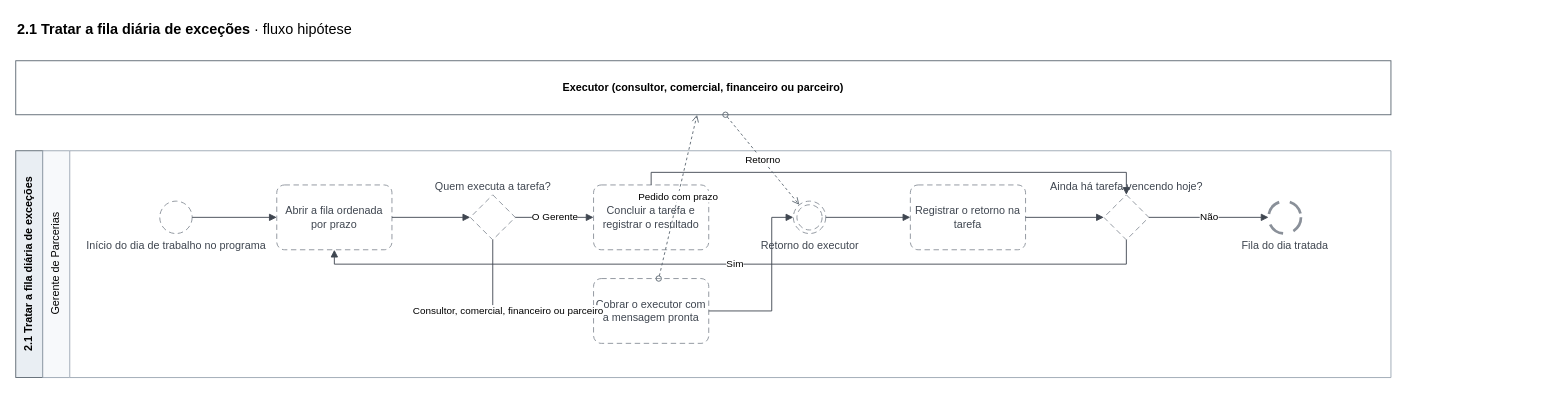
Above: page "3.2 Classificar os parceiros no cubo" (5 of 15) of mapeamentos/wise-partners-to-be/saidas/mapa.drawio in Guilherme-MFaccin/Wise-Partners (draw.io), before the change. Source tidied: cells renumbered, new cells numbered last; positions are measured from the earlier drawing's top-left corner, leaving out a move shared by most shapes. Both pictures are drawn from the tidied source at 90%, with x=0, y=0 at pixel (15, 15).
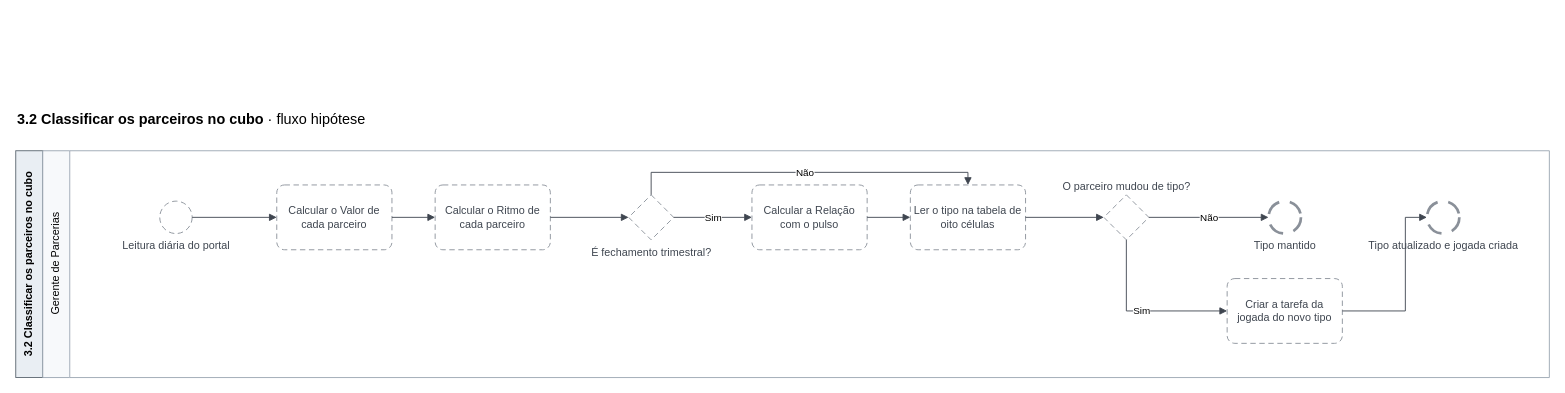
The same diagram, later.

The edit, as a diff of the source:
```diff
@@
-    <mxCell id="2" value="&lt;b&gt;2.1 Tratar a fila diária de exceções&lt;/b&gt;  ·  fluxo hipótese" style="text;html=1;fontSize=16;align=left;verticalAlign=middle;strokeColor=none;fillColor=none;" parent="1" vertex="1">
-      <mxGeometry width="700" height="30" as="geometry" />
+    <mxCell id="2" value="&lt;b&gt;3.2 Classificar os parceiros no cubo&lt;/b&gt;  ·  fluxo hipótese" style="text;html=1;fontSize=16;align=left;verticalAlign=middle;strokeColor=none;fillColor=none;" parent="1" vertex="1">
+      <mxGeometry y="100" width="700" height="30" as="geometry" />
     </mxCell>
-    <mxCell id="3" value="Executor (consultor, comercial, financeiro ou parceiro)" style="rounded=0;whiteSpace=wrap;html=1;fillColor=#FFFFFF;strokeColor=#5B6670;fontStyle=1;" parent="1" vertex="1">
-      <mxGeometry y="50" width="1528" height="60" as="geometry" />
-    </mxCell>
-    <mxCell id="4" value="2.1 Tratar a fila diária de exceções" style="rounded=0;whiteSpace=wrap;html=1;horizontal=0;fillColor=#E9EEF3;strokeColor=#5B6670;fontStyle=1;" parent="1" vertex="1">
+    <mxCell id="4" value="3.2 Classificar os parceiros no cubo" style="rounded=0;whiteSpace=wrap;html=1;horizontal=0;fillColor=#E9EEF3;strokeColor=#5B6670;fontStyle=1;" parent="1" vertex="1">
       <mxGeometry y="150" width="30" height="252" as="geometry" />
     </mxCell>
     <mxCell id="5" value="Gerente de Parcerias" style="swimlane;horizontal=0;startSize=30;html=1;fillColor=#F7F9FB;swimlaneFillColor=#FFFFFF;strokeColor=#9AA5B1;fontStyle=0;" parent="1" vertex="1">
-      <mxGeometry x="30" y="150" width="1498" height="252" as="geometry" />
+      <mxGeometry x="30" y="150" width="1674" height="252" as="geometry" />
     </mxCell>
-    <mxCell id="6" value="Início do dia de trabalho no programa" style="ellipse;html=1;fillColor=#FFFFFF;strokeColor=#8A9099;fontColor=#3F4650;dashed=1;dashPattern=6 4;verticalLabelPosition=bottom;verticalAlign=top;labelPosition=center;align=center;" parent="1" vertex="1">
+    <mxCell id="6" value="Leitura diária do portal" style="ellipse;html=1;fillColor=#FFFFFF;strokeColor=#8A9099;fontColor=#3F4650;dashed=1;dashPattern=6 4;verticalLabelPosition=bottom;verticalAlign=top;labelPosition=center;align=center;" parent="1" vertex="1">
       <mxGeometry x="160" y="206" width="36" height="36" as="geometry" />
     </mxCell>
-    <mxCell id="7" value="Abrir a fila ordenada por prazo" style="rounded=1;whiteSpace=wrap;html=1;arcSize=12;fillColor=#FFFFFF;strokeColor=#8A9099;fontColor=#3F4650;dashed=1;dashPattern=6 4;" parent="1" vertex="1">
+    <mxCell id="7" value="Calcular o Valor de cada parceiro" style="rounded=1;whiteSpace=wrap;html=1;arcSize=12;fillColor=#FFFFFF;strokeColor=#8A9099;fontColor=#3F4650;dashed=1;dashPattern=6 4;" parent="1" vertex="1">
       <mxGeometry x="290" y="188" width="128" height="72" as="geometry" />
     </mxCell>
+    <mxCell id="9" value="Calcular o Ritmo de cada parceiro" style="rounded=1;whiteSpace=wrap;html=1;arcSize=12;fillColor=#FFFFFF;strokeColor=#8A9099;fontColor=#3F4650;dashed=1;dashPattern=6 4;" parent="1" vertex="1">
+      <mxGeometry x="466" y="188" width="128" height="72" as="geometry" />
+    </mxCell>
-    <mxCell id="8" value="Quem executa a tarefa?" style="rhombus;html=1;fillColor=#FFFFFF;strokeColor=#8A9099;fontColor=#3F4650;dashed=1;dashPattern=6 4;verticalLabelPosition=top;verticalAlign=bottom;labelPosition=center;align=center;" parent="1" vertex="1">
-      <mxGeometry x="505" y="199" width="50" height="50" as="geometry" />
+    <mxCell id="8" value="É fechamento trimestral?" style="rhombus;html=1;fillColor=#FFFFFF;strokeColor=#8A9099;fontColor=#3F4650;dashed=1;dashPattern=6 4;verticalLabelPosition=bottom;verticalAlign=top;labelPosition=center;align=center;" parent="1" vertex="1">
+      <mxGeometry x="681" y="199" width="50" height="50" as="geometry" />
     </mxCell>
-    <mxCell id="9" value="Concluir a tarefa e registrar o resultado" style="rounded=1;whiteSpace=wrap;html=1;arcSize=12;fillColor=#FFFFFF;strokeColor=#8A9099;fontColor=#3F4650;dashed=1;dashPattern=6 4;" parent="1" vertex="1">
-      <mxGeometry x="642" y="188" width="128" height="72" as="geometry" />
-    </mxCell>
-    <mxCell id="10" value="Cobrar o executor com a mensagem pronta" style="rounded=1;whiteSpace=wrap;html=1;arcSize=12;fillColor=#FFFFFF;strokeColor=#8A9099;fontColor=#3F4650;dashed=1;dashPattern=6 4;" parent="1" vertex="1">
-      <mxGeometry x="642" y="292" width="128" height="72" as="geometry" />
+    <mxCell id="10" value="Calcular a Relação com o pulso" style="rounded=1;whiteSpace=wrap;html=1;arcSize=12;fillColor=#FFFFFF;strokeColor=#8A9099;fontColor=#3F4650;dashed=1;dashPattern=6 4;" parent="1" vertex="1">
+      <mxGeometry x="818" y="188" width="128" height="72" as="geometry" />
     </mxCell>
-    <mxCell id="11" value="Retorno do executor" style="ellipse;shape=doubleEllipse;html=1;fillColor=#FFFFFF;strokeColor=#8A9099;fontColor=#3F4650;dashed=1;dashPattern=6 4;verticalLabelPosition=bottom;verticalAlign=top;labelPosition=center;align=center;" parent="1" vertex="1">
-      <mxGeometry x="864" y="206" width="36" height="36" as="geometry" />
-    </mxCell>
-    <mxCell id="12" value="Registrar o retorno na tarefa" style="rounded=1;whiteSpace=wrap;html=1;arcSize=12;fillColor=#FFFFFF;strokeColor=#8A9099;fontColor=#3F4650;dashed=1;dashPattern=6 4;" parent="1" vertex="1">
+    <mxCell id="12" value="Ler o tipo na tabela de oito células" style="rounded=1;whiteSpace=wrap;html=1;arcSize=12;fillColor=#FFFFFF;strokeColor=#8A9099;fontColor=#3F4650;dashed=1;dashPattern=6 4;" parent="1" vertex="1">
       <mxGeometry x="994" y="188" width="128" height="72" as="geometry" />
     </mxCell>
-    <mxCell id="13" value="Ainda há tarefa vencendo hoje?" style="rhombus;html=1;fillColor=#FFFFFF;strokeColor=#8A9099;fontColor=#3F4650;dashed=1;dashPattern=6 4;verticalLabelPosition=top;verticalAlign=bottom;labelPosition=center;align=center;" parent="1" vertex="1">
+    <mxCell id="13" value="O parceiro mudou de tipo?" style="rhombus;html=1;fillColor=#FFFFFF;strokeColor=#8A9099;fontColor=#3F4650;dashed=1;dashPattern=6 4;verticalLabelPosition=top;verticalAlign=bottom;labelPosition=center;align=center;" parent="1" vertex="1">
       <mxGeometry x="1209" y="199" width="50" height="50" as="geometry" />
     </mxCell>
+    <mxCell id="27" value="Criar a tarefa da jogada do novo tipo" style="rounded=1;whiteSpace=wrap;html=1;arcSize=12;fillColor=#FFFFFF;strokeColor=#8A9099;fontColor=#3F4650;dashed=1;dashPattern=6 4;" parent="1" vertex="1">
+      <mxGeometry x="1346" y="292" width="128" height="72" as="geometry" />
+    </mxCell>
-    <mxCell id="14" value="Fila do dia tratada" style="ellipse;html=1;strokeWidth=3;fillColor=#FFFFFF;strokeColor=#8A9099;fontColor=#3F4650;dashed=1;dashPattern=6 4;verticalLabelPosition=bottom;verticalAlign=top;labelPosition=center;align=center;" parent="1" vertex="1">
+    <mxCell id="14" value="Tipo mantido" style="ellipse;html=1;strokeWidth=3;fillColor=#FFFFFF;strokeColor=#8A9099;fontColor=#3F4650;dashed=1;dashPattern=6 4;verticalLabelPosition=bottom;verticalAlign=top;labelPosition=center;align=center;" parent="1" vertex="1">
       <mxGeometry x="1392" y="206" width="36" height="36" as="geometry" />
     </mxCell>
+    <mxCell id="28" value="Tipo atualizado e jogada criada" style="ellipse;html=1;strokeWidth=3;fillColor=#FFFFFF;strokeColor=#8A9099;fontColor=#3F4650;dashed=1;dashPattern=6 4;verticalLabelPosition=bottom;verticalAlign=top;labelPosition=center;align=center;" parent="1" vertex="1">
+      <mxGeometry x="1568" y="206" width="36" height="36" as="geometry" />
+    </mxCell>
@@
-    <mxCell id="16" style="edgeStyle=orthogonalEdgeStyle;rounded=0;html=1;endArrow=block;endFill=1;strokeColor=#3F4650;" parent="1" edge="1" source="7" target="8">
+    <mxCell id="16" style="edgeStyle=orthogonalEdgeStyle;rounded=0;html=1;endArrow=block;endFill=1;strokeColor=#3F4650;" parent="1" edge="1" source="7" target="9">
       <mxGeometry relative="1" as="geometry" />
     </mxCell>
-    <mxCell id="17" value="O Gerente" style="edgeStyle=orthogonalEdgeStyle;rounded=0;html=1;endArrow=block;endFill=1;strokeColor=#3F4650;" parent="1" edge="1" source="8" target="9">
+    <mxCell id="17" style="edgeStyle=orthogonalEdgeStyle;rounded=0;html=1;endArrow=block;endFill=1;strokeColor=#3F4650;" parent="1" edge="1" source="9" target="8">
       <mxGeometry relative="1" as="geometry" />
     </mxCell>
-    <mxCell id="18" value="Consultor, comercial, financeiro ou parceiro" style="edgeStyle=orthogonalEdgeStyle;rounded=0;html=1;endArrow=block;endFill=1;strokeColor=#3F4650;" parent="1" edge="1" source="8" target="10">
-      <mxGeometry relative="1" as="geometry">
-        <Array as="points">
-          <mxPoint x="530" y="328" />
-        </Array>
-      </mxGeometry>
+    <mxCell id="18" value="Sim" style="edgeStyle=orthogonalEdgeStyle;rounded=0;html=1;endArrow=block;endFill=1;strokeColor=#3F4650;" parent="1" edge="1" source="8" target="10">
+      <mxGeometry relative="1" as="geometry" />
     </mxCell>
-    <mxCell id="19" style="edgeStyle=orthogonalEdgeStyle;rounded=0;html=1;endArrow=block;endFill=1;strokeColor=#3F4650;" parent="1" edge="1" source="10" target="11">
+    <mxCell id="19" value="Não" style="edgeStyle=orthogonalEdgeStyle;rounded=0;html=1;endArrow=block;endFill=1;strokeColor=#3F4650;" parent="1" edge="1" source="8" target="12">
       <mxGeometry relative="1" as="geometry">
         <Array as="points">
-          <mxPoint x="840" y="328" />
-          <mxPoint x="840" y="224" />
+          <mxPoint x="706" y="174" />
+          <mxPoint x="1058" y="174" />
         </Array>
       </mxGeometry>
     </mxCell>
-    <mxCell id="20" style="edgeStyle=orthogonalEdgeStyle;rounded=0;html=1;endArrow=block;endFill=1;strokeColor=#3F4650;" parent="1" edge="1" source="11" target="12">
+    <mxCell id="20" style="edgeStyle=orthogonalEdgeStyle;rounded=0;html=1;endArrow=block;endFill=1;strokeColor=#3F4650;" parent="1" edge="1" source="10" target="12">
       <mxGeometry relative="1" as="geometry" />
     </mxCell>
-    <mxCell id="21" style="edgeStyle=orthogonalEdgeStyle;rounded=0;html=1;endArrow=block;endFill=1;strokeColor=#3F4650;" parent="1" edge="1" source="9" target="13">
-      <mxGeometry relative="1" as="geometry">
-        <Array as="points">
-          <mxPoint x="706" y="174" />
-          <mxPoint x="1234" y="174" />
-        </Array>
-      </mxGeometry>
+    <mxCell id="21" style="edgeStyle=orthogonalEdgeStyle;rounded=0;html=1;endArrow=block;endFill=1;strokeColor=#3F4650;" parent="1" edge="1" source="12" target="13">
+      <mxGeometry relative="1" as="geometry" />
     </mxCell>
-    <mxCell id="22" style="edgeStyle=orthogonalEdgeStyle;rounded=0;html=1;endArrow=block;endFill=1;strokeColor=#3F4650;" parent="1" edge="1" source="12" target="13">
+    <mxCell id="22" value="Não" style="edgeStyle=orthogonalEdgeStyle;rounded=0;html=1;endArrow=block;endFill=1;strokeColor=#3F4650;" parent="1" edge="1" source="13" target="14">
       <mxGeometry relative="1" as="geometry" />
     </mxCell>
-    <mxCell id="23" value="Sim" style="edgeStyle=orthogonalEdgeStyle;rounded=0;html=1;endArrow=block;endFill=1;strokeColor=#3F4650;" parent="1" edge="1" source="13" target="7">
+    <mxCell id="23" value="Sim" style="edgeStyle=orthogonalEdgeStyle;rounded=0;html=1;endArrow=block;endFill=1;strokeColor=#3F4650;" parent="1" edge="1" source="13" target="27">
       <mxGeometry relative="1" as="geometry">
         <Array as="points">
-          <mxPoint x="1234" y="276" />
-          <mxPoint x="354" y="276" />
+          <mxPoint x="1234" y="328" />
         </Array>
       </mxGeometry>
     </mxCell>
-    <mxCell id="24" value="Não" style="edgeStyle=orthogonalEdgeStyle;rounded=0;html=1;endArrow=block;endFill=1;strokeColor=#3F4650;" parent="1" edge="1" source="13" target="14">
-      <mxGeometry relative="1" as="geometry" />
+    <mxCell id="24" style="edgeStyle=orthogonalEdgeStyle;rounded=0;html=1;endArrow=block;endFill=1;strokeColor=#3F4650;" parent="1" edge="1" source="27" target="28">
+      <mxGeometry relative="1" as="geometry">
+        <Array as="points">
+          <mxPoint x="1544" y="328" />
+          <mxPoint x="1544" y="224" />
+        </Array>
+      </mxGeometry>
     </mxCell>
-    <mxCell id="25" value="Pedido com prazo" style="html=1;dashed=1;endArrow=open;startArrow=oval;startFill=0;strokeColor=#5B6670;" parent="1" edge="1" source="10" target="3">
-      <mxGeometry relative="1" as="geometry" />
-    </mxCell>
-    <mxCell id="26" value="Retorno" style="html=1;dashed=1;endArrow=open;startArrow=oval;startFill=0;strokeColor=#5B6670;" parent="1" edge="1" source="3" target="11">
-      <mxGeometry relative="1" as="geometry" />
-    </mxCell>
```
